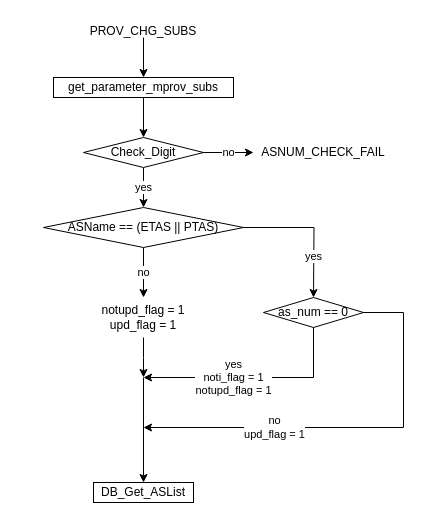
Before: MSUB_LOGIC.drawio in JaeHyeon774/NEWTIL, a draw.io diagram. Source tidied: cells renumbered, new cells numbered last; positions are measured from the earlier drawing's top-left corner, leaving out a move shared by most shapes. Both pictures are drawn from the tidied source at 100%, with x=0, y=0 at pixel (43, 17).
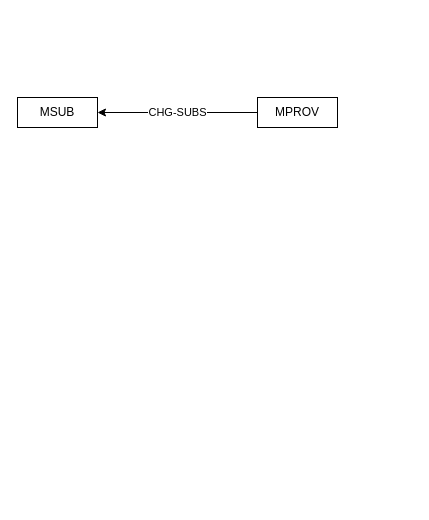
The same diagram, later.

Diff of the diagram source:
```diff
@@
-    <mxCell id="2" style="edgeStyle=orthogonalEdgeStyle;rounded=0;jettySize=auto;html=1;exitX=0.5;exitY=1;exitDx=0;exitDy=0;entryX=0.5;entryY=0;entryDx=0;entryDy=0;" parent="1" edge="1" source="3" target="4">
-      <mxGeometry relative="1" as="geometry" />
-    </mxCell>
-    <mxCell id="3" value="PROV_CHG_SUBS" style="text;whiteSpace=wrap;align=center;" parent="1" vertex="1">
-      <mxGeometry x="40" width="120" height="20" as="geometry" />
-    </mxCell>
-    <mxCell id="4" value="get_parameter_mprov_subs" style="rounded=0;whiteSpace=wrap;html=1;" parent="1" vertex="1">
-      <mxGeometry x="10" y="60" width="180" height="20" as="geometry" />
-    </mxCell>
-    <mxCell id="5" value="yes" style="edgeStyle=orthogonalEdgeStyle;rounded=0;jettySize=auto;html=1;exitX=0.5;exitY=1;exitDx=0;exitDy=0;" parent="1" edge="1" source="7">
-      <mxGeometry relative="1" as="geometry">
-        <mxPoint x="100" y="190" as="targetPoint" />
-      </mxGeometry>
-    </mxCell>
-    <mxCell id="6" value="no" style="edgeStyle=orthogonalEdgeStyle;rounded=0;jettySize=auto;html=1;exitX=1;exitY=0.5;exitDx=0;exitDy=0;entryX=0;entryY=0.5;entryDx=0;entryDy=0;" parent="1" edge="1" source="7" target="9">
-      <mxGeometry relative="1" as="geometry" />
-    </mxCell>
-    <mxCell id="7" value="Check_Digit" style="rhombus;whiteSpace=wrap;html=1;" parent="1" vertex="1">
-      <mxGeometry x="40" y="120" width="120" height="30" as="geometry" />
-    </mxCell>
-    <mxCell id="8" style="edgeStyle=orthogonalEdgeStyle;rounded=0;jettySize=auto;html=1;exitX=0.5;exitY=1;exitDx=0;exitDy=0;entryX=0.5;entryY=0;entryDx=0;entryDy=0;" parent="1" edge="1" source="4" target="7">
-      <mxGeometry relative="1" as="geometry" />
-    </mxCell>
-    <mxCell id="9" value="ASNUM_CHECK_FAIL" style="text;html=1;align=center;verticalAlign=middle;whiteSpace=wrap;rounded=0;" parent="1" vertex="1">
-      <mxGeometry x="210" y="120" width="140" height="30" as="geometry" />
-    </mxCell>
-    <mxCell id="10" value="no" style="edgeStyle=orthogonalEdgeStyle;rounded=0;jettySize=auto;html=1;exitX=0.5;exitY=1;exitDx=0;exitDy=0;" parent="1" edge="1" source="12">
-      <mxGeometry x="-0.01" relative="1" as="geometry">
-        <mxPoint x="100" y="280" as="targetPoint" />
-      </mxGeometry>
-    </mxCell>
-    <mxCell id="11" value="yes" style="edgeStyle=orthogonalEdgeStyle;rounded=0;jettySize=auto;html=1;exitX=1;exitY=0.5;exitDx=0;exitDy=0;" parent="1" edge="1" source="12">
-      <mxGeometry x="0.43" relative="1" as="geometry">
-        <mxPoint x="270" y="280" as="targetPoint" />
-      </mxGeometry>
-    </mxCell>
-    <mxCell id="12" value="ASName == (ETAS || PTAS)" style="rhombus;whiteSpace=wrap;html=1;" parent="1" vertex="1">
-      <mxGeometry y="190" width="200" height="40" as="geometry" />
-    </mxCell>
-    <mxCell id="13" style="edgeStyle=orthogonalEdgeStyle;rounded=0;jettySize=auto;html=1;exitX=0.5;exitY=1;exitDx=0;exitDy=0;" parent="1" edge="1" source="14">
-      <mxGeometry relative="1" as="geometry">
-        <mxPoint x="100" y="360" as="targetPoint" />
-      </mxGeometry>
-    </mxCell>
-    <mxCell id="14" value="notupd_flag = 1&lt;div&gt;upd_flag = 1&lt;/div&gt;" style="text;html=1;align=center;verticalAlign=middle;whiteSpace=wrap;rounded=0;" parent="1" vertex="1">
-      <mxGeometry x="50" y="280" width="100" height="40" as="geometry" />
-    </mxCell>
-    <mxCell id="15" value="as_num == 0" style="rhombus;whiteSpace=wrap;html=1;" parent="1" vertex="1">
-      <mxGeometry x="220" y="280" width="100" height="30" as="geometry" />
-    </mxCell>
-    <mxCell id="16" value="yes&lt;div&gt;noti_flag = 1&lt;/div&gt;&lt;div&gt;notupd_flag = 1&lt;/div&gt;" style="endArrow=classic;html=1;rounded=0;exitX=0.5;exitY=1;exitDx=0;exitDy=0;" parent="1" edge="1" source="15">
-      <mxGeometry x="0.18" relative="1" as="geometry">
-        <mxPoint x="100" y="360" as="targetPoint" />
-        <Array as="points">
-          <mxPoint x="270" y="360" />
-        </Array>
-      </mxGeometry>
-    </mxCell>
-    <mxCell id="17" style="endArrow=classic;html=1;rounded=0;entryX=0.5;entryY=0;entryDx=0;entryDy=0;" parent="1" edge="1">
-      <mxGeometry relative="1" as="geometry">
-        <mxPoint x="100" y="360" as="sourcePoint" />
-        <mxPoint x="100" y="465" as="targetPoint" />
-      </mxGeometry>
-    </mxCell>
-    <mxCell id="18" value="no&lt;div&gt;upd_flag = 1&lt;/div&gt;" style="endArrow=classic;html=1;rounded=0;exitX=1;exitY=0.5;exitDx=0;exitDy=0;" parent="1" edge="1" source="15">
-      <mxGeometry x="0.37" relative="1" as="geometry">
-        <mxPoint x="100" y="410" as="targetPoint" />
-        <Array as="points">
-          <mxPoint x="360" y="295" />
-          <mxPoint x="360" y="410" />
-        </Array>
-      </mxGeometry>
-    </mxCell>
-    <mxCell id="19" value="DB_Get_ASList" style="rounded=0;whiteSpace=wrap;html=1;" parent="1" vertex="1">
-      <mxGeometry x="50" y="465" width="100" height="20" as="geometry" />
-    </mxCell>
+    <mxCell id="20" value="CHG-SUBS" style="edgeStyle=orthogonalEdgeStyle;rounded=0;jettySize=auto;html=1;exitX=0;exitY=0.5;exitDx=0;exitDy=0;entryX=1;entryY=0.5;entryDx=0;entryDy=0;" parent="1" edge="1" source="21" target="22">
+      <mxGeometry relative="1" as="geometry" />
+    </mxCell>
+    <mxCell id="21" value="MPROV" style="rounded=0;whiteSpace=wrap;html=1;" parent="1" vertex="1">
+      <mxGeometry x="214" y="80" width="80" height="30" as="geometry" />
+    </mxCell>
+    <mxCell id="22" value="MSUB" style="rounded=0;whiteSpace=wrap;html=1;" parent="1" vertex="1">
+      <mxGeometry x="-26" y="80" width="80" height="30" as="geometry" />
+    </mxCell>
```
